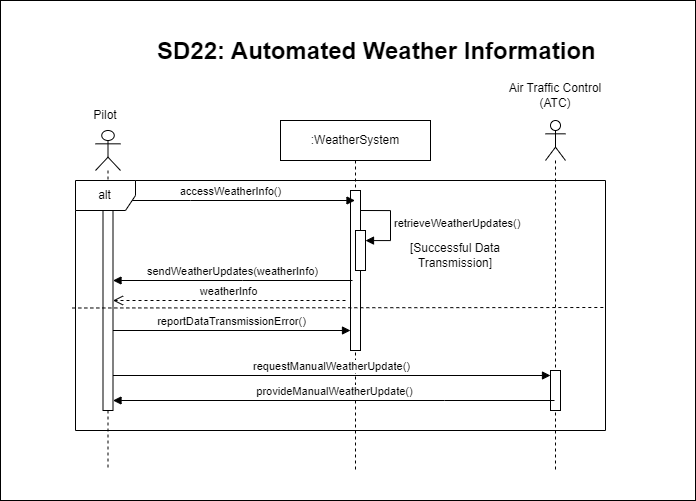
This is Diagramms/Sequence Diagrams/SequenceDiagram22.png from Smr002/Group01_Airport_Management_System, a draw.io export, as it was before one commit. Source tidied: cells renumbered, new cells last; positions are measured from the earlier drawing's top-left corner, leaving out a move shared by most shapes.
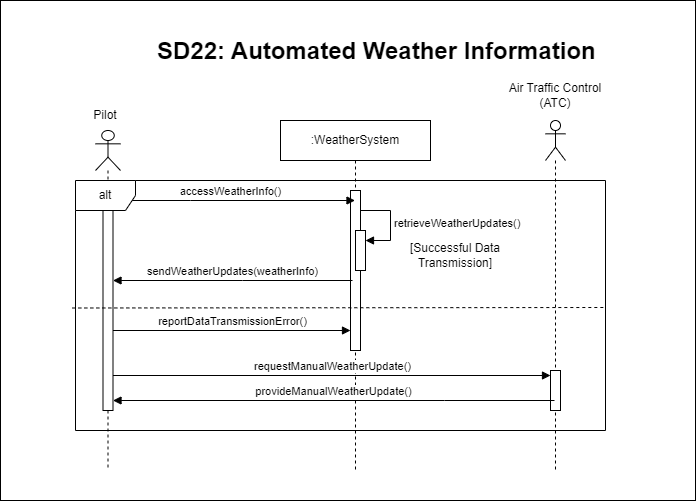
After the commit.

The edit, as a diff of the source:
```diff
@@ -62,11 +62,6 @@
         </Array>
       </mxGeometry>
     </mxCell>
-    <mxCell id="17" value="weatherInfo" style="html=1;verticalAlign=bottom;endArrow=open;dashed=1;endSize=8;curved=0;rounded=0;" parent="1" edge="1" target="7">
-      <mxGeometry relative="1" as="geometry">
-        <mxPoint x="345" y="300" as="sourcePoint" />
-      </mxGeometry>
-    </mxCell>
     <mxCell id="18" value="reportDataTransmissionError()" style="html=1;verticalAlign=bottom;endArrow=block;curved=0;rounded=0;" parent="1" edge="1">
       <mxGeometry relative="1" as="geometry">
         <mxPoint x="112.5" y="330" as="sourcePoint" />
```
